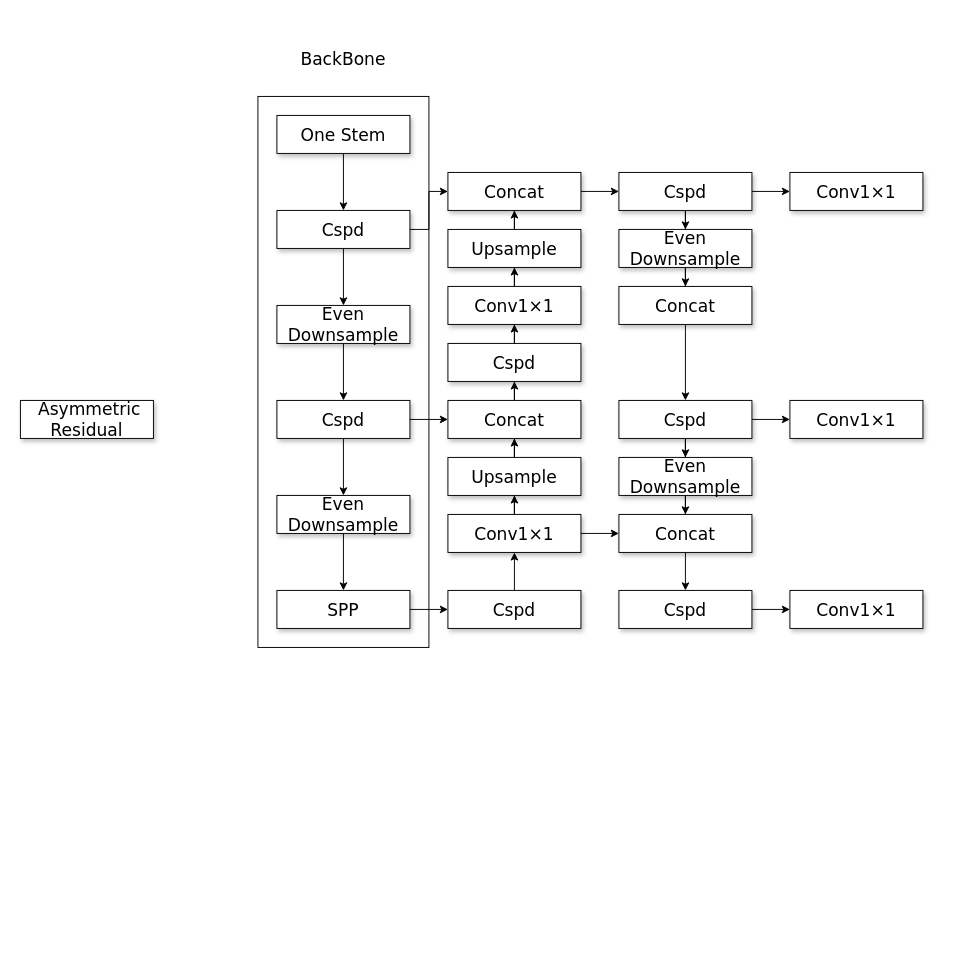
Above: 未命名绘图.drawio in guohuanguohuan/github-picgo (draw.io), before the change. Source tidied: cells renumbered, new cells numbered last; positions are measured from the earlier drawing's top-left corner, leaving out a move shared by most shapes. Both pictures are drawn from the tidied source at 95%, with x=0, y=0 at pixel (20, 29).
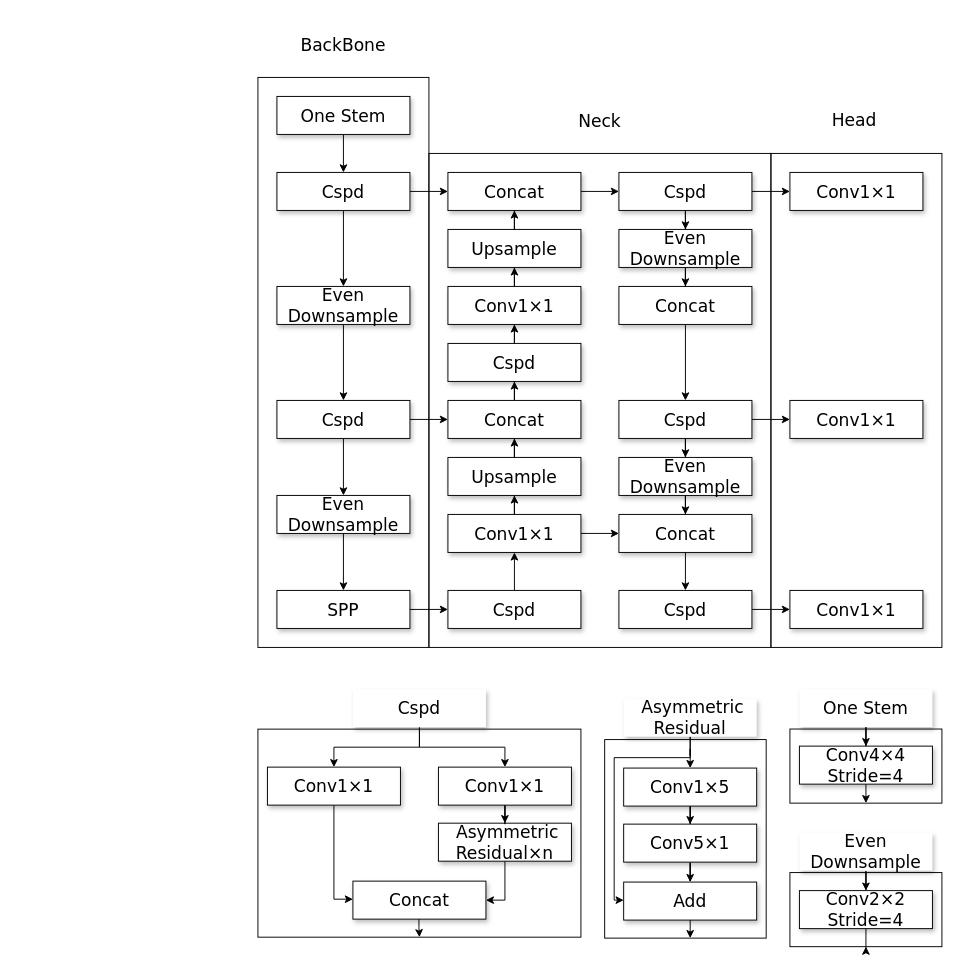
After the change.

Commit message:
更新未命名绘图.drawio

What changed in the source:
```diff
@@
+    <mxCell id="55" style="rounded=0;whiteSpace=wrap;html=1;fillColor=none;" parent="1" vertex="1">
+      <mxGeometry x="810" y="735.9" width="160" height="78" as="geometry" />
+    </mxCell>
+    <mxCell id="56" style="rounded=0;whiteSpace=wrap;html=1;fillColor=none;" parent="1" vertex="1">
+      <mxGeometry x="810" y="887" width="160" height="78" as="geometry" />
+    </mxCell>
+    <mxCell id="57" style="rounded=0;whiteSpace=wrap;html=1;fillColor=none;" parent="1" vertex="1">
+      <mxGeometry x="615" y="747" width="170" height="209" as="geometry" />
+    </mxCell>
+    <mxCell id="58" style="rounded=0;whiteSpace=wrap;html=1;fillColor=none;" parent="1" vertex="1">
+      <mxGeometry x="250" y="736" width="340" height="219" as="geometry" />
+    </mxCell>
+    <mxCell id="59" style="rounded=0;whiteSpace=wrap;html=1;fillColor=none;" parent="1" vertex="1">
+      <mxGeometry x="430" y="130" width="360" height="520" as="geometry" />
+    </mxCell>
+    <mxCell id="53" style="rounded=0;whiteSpace=wrap;html=1;fillColor=none;" parent="1" vertex="1">
+      <mxGeometry x="250" y="50" width="180" height="600" as="geometry" />
+    </mxCell>
@@
     <mxCell id="3" value="&lt;font style=&quot;font-size: 18px;&quot;&gt;Even Downsample&lt;/font&gt;" style="whiteSpace=wrap;html=1;rounded=0;shadow=1;labelBackgroundColor=none;strokeWidth=1;fontFamily=Verdana;fontSize=8;align=center;spacing=6;" parent="1" vertex="1">
-      <mxGeometry x="270" y="290" width="140" height="40" as="geometry" />
+      <mxGeometry x="270" y="270" width="140" height="40" as="geometry" />
     </mxCell>
+    <mxCell id="60" style="edgeStyle=orthogonalEdgeStyle;rounded=0;jettySize=auto;html=1;" parent="1" edge="1" source="4" target="71">
+      <mxGeometry relative="1" as="geometry">
+        <Array as="points">
+          <mxPoint x="510" y="916" />
+        </Array>
+      </mxGeometry>
+    </mxCell>
-    <mxCell id="4" value="&lt;font style=&quot;font-size: 18px;&quot;&gt;&amp;nbsp;Asymmetric Residual&lt;/font&gt;" style="whiteSpace=wrap;html=1;rounded=0;shadow=1;labelBackgroundColor=none;strokeWidth=1;fontFamily=Verdana;fontSize=8;align=center;spacing=6;" parent="1" vertex="1">
-      <mxGeometry y="390" width="140" height="40" as="geometry" />
+    <mxCell id="4" value="&lt;font style=&quot;font-size: 18px;&quot;&gt;&amp;nbsp;Asymmetric Residual×n&lt;/font&gt;" style="whiteSpace=wrap;html=1;rounded=0;shadow=1;labelBackgroundColor=none;strokeWidth=1;fontFamily=Verdana;fontSize=8;align=center;spacing=6;" parent="1" vertex="1">
+      <mxGeometry x="440" y="835" width="140" height="40" as="geometry" />
     </mxCell>
@@
     <mxCell id="6" value="&lt;span style=&quot;font-size: 18px;&quot;&gt;One Stem&lt;/span&gt;" style="whiteSpace=wrap;html=1;rounded=0;shadow=1;labelBackgroundColor=none;strokeWidth=1;fontFamily=Verdana;fontSize=8;align=center;spacing=6;" parent="1" vertex="1">
-      <mxGeometry x="270" y="90" width="140" height="40" as="geometry" />
+      <mxGeometry x="270" y="70" width="140" height="40" as="geometry" />
     </mxCell>
@@
     <mxCell id="11" value="&lt;span style=&quot;font-size: 18px;&quot;&gt;Cspd&lt;/span&gt;" style="whiteSpace=wrap;html=1;rounded=0;shadow=1;labelBackgroundColor=none;strokeWidth=1;fontFamily=Verdana;fontSize=8;align=center;spacing=6;" parent="1" vertex="1">
-      <mxGeometry x="270" y="190" width="140" height="40" as="geometry" />
+      <mxGeometry x="270" y="150" width="140" height="40" as="geometry" />
     </mxCell>
@@
-    <mxCell id="53" style="rounded=0;whiteSpace=wrap;html=1;fillColor=none;" parent="1" vertex="1">
-      <mxGeometry x="250" y="70" width="180" height="580" as="geometry" />
-    </mxCell>
     <mxCell id="54" value="&lt;span style=&quot;font-family: Verdana; font-size: 18px;&quot;&gt;BackBone&lt;/span&gt;" style="rounded=0;whiteSpace=wrap;html=1;strokeColor=none;" parent="1" vertex="1">
-      <mxGeometry x="280" width="120" height="60" as="geometry" />
+      <mxGeometry x="280" y="-14" width="120" height="60" as="geometry" />
     </mxCell>
+    <mxCell id="61" value="&lt;span style=&quot;font-family: Verdana; font-size: 18px;&quot;&gt;Neck&lt;/span&gt;" style="rounded=0;whiteSpace=wrap;html=1;strokeColor=none;" parent="1" vertex="1">
+      <mxGeometry x="550" y="66" width="120" height="60" as="geometry" />
+    </mxCell>
+    <mxCell id="62" style="rounded=0;whiteSpace=wrap;html=1;fillColor=none;" parent="1" vertex="1">
+      <mxGeometry x="790" y="130" width="180" height="520" as="geometry" />
+    </mxCell>
+    <mxCell id="63" value="&lt;span style=&quot;font-family: Verdana; font-size: 18px;&quot;&gt;Head&lt;/span&gt;" style="rounded=0;whiteSpace=wrap;html=1;strokeColor=none;" parent="1" vertex="1">
+      <mxGeometry x="818" y="65" width="120" height="60" as="geometry" />
+    </mxCell>
+    <mxCell id="64" style="edgeStyle=orthogonalEdgeStyle;rounded=0;jettySize=auto;html=1;" parent="1" edge="1" source="65" target="4">
+      <mxGeometry relative="1" as="geometry" />
+    </mxCell>
+    <mxCell id="65" value="&lt;span style=&quot;font-size: 18px;&quot;&gt;Conv1×1&lt;/span&gt;" style="whiteSpace=wrap;html=1;rounded=0;shadow=1;labelBackgroundColor=none;strokeWidth=1;fontFamily=Verdana;fontSize=8;align=center;spacing=6;" parent="1" vertex="1">
+      <mxGeometry x="440" y="776" width="140" height="40" as="geometry" />
+    </mxCell>
+    <mxCell id="66" style="edgeStyle=orthogonalEdgeStyle;rounded=0;jettySize=auto;html=1;" parent="1" edge="1" source="67" target="71">
+      <mxGeometry relative="1" as="geometry">
+        <Array as="points">
+          <mxPoint x="330" y="915" />
+        </Array>
+      </mxGeometry>
+    </mxCell>
+    <mxCell id="67" value="&lt;span style=&quot;font-size: 18px;&quot;&gt;Conv1×1&lt;/span&gt;" style="whiteSpace=wrap;html=1;rounded=0;shadow=1;labelBackgroundColor=none;strokeWidth=1;fontFamily=Verdana;fontSize=8;align=center;spacing=6;" parent="1" vertex="1">
+      <mxGeometry x="260" y="776" width="140" height="40" as="geometry" />
+    </mxCell>
+    <mxCell id="68" style="edgeStyle=orthogonalEdgeStyle;rounded=0;jettySize=auto;html=1;" parent="1" edge="1" source="70" target="67">
+      <mxGeometry relative="1" as="geometry" />
+    </mxCell>
+    <mxCell id="69" style="edgeStyle=orthogonalEdgeStyle;rounded=0;jettySize=auto;html=1;" parent="1" edge="1" source="70" target="65">
+      <mxGeometry relative="1" as="geometry" />
+    </mxCell>
+    <mxCell id="70" value="&lt;span style=&quot;font-size: 18px;&quot;&gt;Cspd&lt;/span&gt;" style="whiteSpace=wrap;html=1;rounded=0;shadow=1;labelBackgroundColor=none;strokeWidth=1;fontFamily=Verdana;fontSize=8;align=center;spacing=6;strokeColor=none;" parent="1" vertex="1">
+      <mxGeometry x="350" y="694" width="140" height="40" as="geometry" />
+    </mxCell>
+    <mxCell id="71" value="&lt;font style=&quot;font-size: 18px;&quot;&gt;Concat&lt;/font&gt;" style="whiteSpace=wrap;html=1;rounded=0;shadow=1;labelBackgroundColor=none;strokeWidth=1;fontFamily=Verdana;fontSize=8;align=center;spacing=6;" parent="1" vertex="1">
+      <mxGeometry x="350" y="896" width="140" height="40" as="geometry" />
+    </mxCell>
+    <mxCell id="72" style="edgeStyle=orthogonalEdgeStyle;rounded=0;jettySize=auto;html=1;entryX=0.5;entryY=1;entryDx=0;entryDy=0;" parent="1" edge="1" target="58">
+      <mxGeometry relative="1" as="geometry">
+        <mxPoint x="419.5" y="936" as="sourcePoint" />
+        <Array as="points">
+          <mxPoint x="420" y="945" />
+          <mxPoint x="420" y="945" />
+        </Array>
+      </mxGeometry>
+    </mxCell>
+    <mxCell id="73" style="edgeStyle=orthogonalEdgeStyle;rounded=0;jettySize=auto;html=1;" parent="1" edge="1" source="74" target="76">
+      <mxGeometry relative="1" as="geometry" />
+    </mxCell>
+    <mxCell id="74" value="&lt;span style=&quot;font-size: 18px;&quot;&gt;Conv1×5&lt;/span&gt;" style="whiteSpace=wrap;html=1;rounded=0;shadow=1;labelBackgroundColor=none;strokeWidth=1;fontFamily=Verdana;fontSize=8;align=center;spacing=6;" parent="1" vertex="1">
+      <mxGeometry x="635" y="777" width="140" height="40" as="geometry" />
+    </mxCell>
+    <mxCell id="75" style="edgeStyle=orthogonalEdgeStyle;rounded=0;jettySize=auto;html=1;" parent="1" edge="1" source="76" target="77">
+      <mxGeometry relative="1" as="geometry" />
+    </mxCell>
+    <mxCell id="76" value="&lt;span style=&quot;font-size: 18px;&quot;&gt;Conv5×1&lt;/span&gt;" style="whiteSpace=wrap;html=1;rounded=0;shadow=1;labelBackgroundColor=none;strokeWidth=1;fontFamily=Verdana;fontSize=8;align=center;spacing=6;" parent="1" vertex="1">
+      <mxGeometry x="635" y="836" width="140" height="40" as="geometry" />
+    </mxCell>
+    <mxCell id="77" value="&lt;font style=&quot;font-size: 18px;&quot;&gt;Add&lt;/font&gt;" style="whiteSpace=wrap;html=1;rounded=0;shadow=1;labelBackgroundColor=none;strokeWidth=1;fontFamily=Verdana;fontSize=8;align=center;spacing=6;" parent="1" vertex="1">
+      <mxGeometry x="635" y="897" width="140" height="40" as="geometry" />
+    </mxCell>
+    <mxCell id="78" style="edgeStyle=orthogonalEdgeStyle;rounded=0;jettySize=auto;html=1;" parent="1" edge="1" source="80" target="74">
+      <mxGeometry relative="1" as="geometry" />
+    </mxCell>
+    <mxCell id="79" style="edgeStyle=orthogonalEdgeStyle;rounded=0;jettySize=auto;html=1;" parent="1" edge="1" source="80" target="77">
+      <mxGeometry relative="1" as="geometry">
+        <Array as="points">
+          <mxPoint x="705" y="766" />
+          <mxPoint x="625" y="766" />
+          <mxPoint x="625" y="916" />
+        </Array>
+      </mxGeometry>
+    </mxCell>
+    <mxCell id="80" value="&lt;span style=&quot;font-size: 18px;&quot;&gt;&amp;nbsp;Asymmetric Residual&lt;/span&gt;" style="whiteSpace=wrap;html=1;rounded=0;shadow=1;labelBackgroundColor=none;strokeWidth=1;fontFamily=Verdana;fontSize=8;align=center;spacing=6;strokeColor=none;" parent="1" vertex="1">
+      <mxGeometry x="635" y="704" width="140" height="40" as="geometry" />
+    </mxCell>
+    <mxCell id="81" style="edgeStyle=orthogonalEdgeStyle;rounded=0;orthogonalLoop=1;jettySize=auto;html=1;" parent="1" edge="1">
+      <mxGeometry relative="1" as="geometry">
+        <mxPoint x="705" y="937" as="sourcePoint" />
+        <mxPoint x="705" y="956" as="targetPoint" />
+      </mxGeometry>
+    </mxCell>
+    <mxCell id="82" style="edgeStyle=orthogonalEdgeStyle;rounded=0;jettySize=auto;html=1;" parent="1" edge="1" source="83">
+      <mxGeometry relative="1" as="geometry">
+        <mxPoint x="890" y="813.9" as="targetPoint" />
+      </mxGeometry>
+    </mxCell>
+    <mxCell id="83" value="&lt;span style=&quot;font-size: 18px;&quot;&gt;Conv4×4&lt;/span&gt;&lt;div&gt;&lt;span style=&quot;font-size: 18px;&quot;&gt;Stride=4&lt;/span&gt;&lt;/div&gt;" style="whiteSpace=wrap;html=1;rounded=0;shadow=1;labelBackgroundColor=none;strokeWidth=1;fontFamily=Verdana;fontSize=8;align=center;spacing=6;" parent="1" vertex="1">
+      <mxGeometry x="820" y="753.9" width="140" height="40" as="geometry" />
+    </mxCell>
+    <mxCell id="84" style="edgeStyle=orthogonalEdgeStyle;rounded=0;jettySize=auto;html=1;" parent="1" edge="1" source="85" target="83">
+      <mxGeometry relative="1" as="geometry" />
+    </mxCell>
+    <mxCell id="85" value="&lt;span style=&quot;font-size: 18px;&quot;&gt;One Stem&lt;/span&gt;" style="whiteSpace=wrap;html=1;rounded=0;shadow=1;labelBackgroundColor=none;strokeWidth=1;fontFamily=Verdana;fontSize=8;align=center;spacing=6;strokeColor=none;" parent="1" vertex="1">
+      <mxGeometry x="820" y="693.9" width="140" height="40" as="geometry" />
+    </mxCell>
+    <mxCell id="86" style="edgeStyle=orthogonalEdgeStyle;rounded=0;jettySize=auto;html=1;" parent="1" edge="1" source="87">
+      <mxGeometry relative="1" as="geometry">
+        <mxPoint x="890" y="965" as="targetPoint" />
+      </mxGeometry>
+    </mxCell>
+    <mxCell id="87" value="&lt;span style=&quot;font-size: 18px;&quot;&gt;Conv2×2&lt;/span&gt;&lt;div&gt;&lt;span style=&quot;font-size: 18px;&quot;&gt;Stride=4&lt;/span&gt;&lt;/div&gt;" style="whiteSpace=wrap;html=1;rounded=0;shadow=1;labelBackgroundColor=none;strokeWidth=1;fontFamily=Verdana;fontSize=8;align=center;spacing=6;" parent="1" vertex="1">
+      <mxGeometry x="820" y="906" width="140" height="40" as="geometry" />
+    </mxCell>
+    <mxCell id="88" style="edgeStyle=orthogonalEdgeStyle;rounded=0;jettySize=auto;html=1;" parent="1" edge="1" source="89" target="87">
+      <mxGeometry relative="1" as="geometry" />
+    </mxCell>
+    <mxCell id="89" value="&lt;span style=&quot;font-size: 18px;&quot;&gt;Even Downsample&lt;/span&gt;" style="whiteSpace=wrap;html=1;rounded=0;shadow=1;labelBackgroundColor=none;strokeWidth=1;fontFamily=Verdana;fontSize=8;align=center;spacing=6;strokeColor=none;" parent="1" vertex="1">
+      <mxGeometry x="820" y="845" width="140" height="40" as="geometry" />
+    </mxCell>
```
